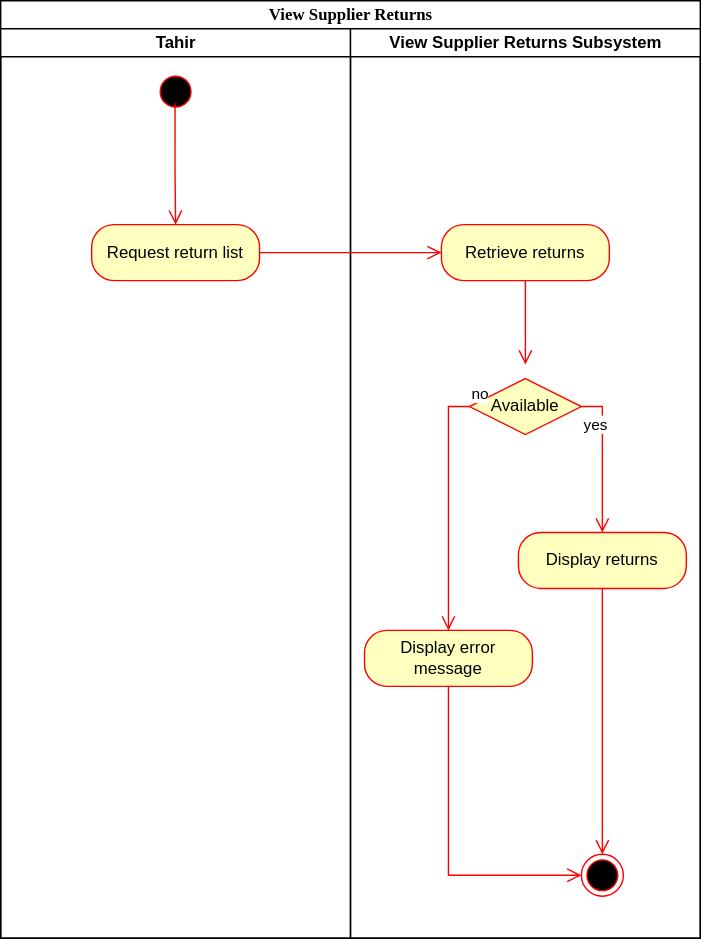
Simamkele88/IFM3_GP keeps this draw.io diagram as View Supplier Returns Activity Diagram.svg. Above is the earlier version. Source tidied: cells renumbered, new cells last; positions are measured from the earlier drawing's top-left corner, leaving out a move shared by most shapes. Its diagram source:
```xml
<mxGraphModel>
  <root>
    <mxCell id="0" />
    <mxCell id="1" parent="0" />
    <mxCell id="2" value="View Supplier Returns" style="swimlane;html=1;startSize=20;rounded=0;shadow=0;comic=0;labelBackgroundColor=none;strokeWidth=1;fontFamily=Verdana;fontSize=12;align=center;" parent="1" vertex="1">
      <mxGeometry width="500" height="670" as="geometry" />
    </mxCell>
    <mxCell id="3" value="Tahir" style="swimlane;html=1;startSize=20;" parent="2" vertex="1">
      <mxGeometry y="20" width="250" height="650" as="geometry" />
    </mxCell>
    <mxCell id="4" value="Request return list" style="rounded=1;whiteSpace=wrap;html=1;arcSize=40;fontColor=#000000;fillColor=#ffffc0;strokeColor=#ff0000;" parent="3" vertex="1">
      <mxGeometry x="65" y="140" width="120" height="40" as="geometry" />
    </mxCell>
    <mxCell id="5" style="ellipse;html=1;shape=startState;fillColor=#000000;strokeColor=#ff0000;" parent="3" vertex="1">
      <mxGeometry x="110" y="30" width="30" height="30" as="geometry" />
    </mxCell>
    <mxCell id="6" style="edgeStyle=orthogonalEdgeStyle;html=1;verticalAlign=bottom;endArrow=open;endSize=8;strokeColor=#ff0000;rounded=0;entryX=0.5;entryY=0;entryDx=0;entryDy=0;exitX=0.487;exitY=0.774;exitDx=0;exitDy=0;exitPerimeter=0;" parent="3" edge="1" source="5" target="4">
      <mxGeometry relative="1" as="geometry" />
    </mxCell>
    <mxCell id="7" value="View Supplier Returns Subsystem" style="swimlane;html=1;startSize=20;" parent="2" vertex="1">
      <mxGeometry x="250" y="20" width="250" height="650" as="geometry" />
    </mxCell>
    <mxCell id="8" value="Retrieve returns" style="rounded=1;whiteSpace=wrap;html=1;arcSize=40;fontColor=#000000;fillColor=#ffffc0;strokeColor=#ff0000;" parent="7" vertex="1">
      <mxGeometry x="65" y="140" width="120" height="40" as="geometry" />
    </mxCell>
    <mxCell id="9" style="edgeStyle=orthogonalEdgeStyle;html=1;verticalAlign=bottom;endArrow=open;endSize=8;strokeColor=#ff0000;rounded=0;" parent="7" edge="1" source="8">
      <mxGeometry relative="1" as="geometry">
        <mxPoint x="125" y="240" as="targetPoint" />
      </mxGeometry>
    </mxCell>
    <mxCell id="10" value="Available" style="rhombus;whiteSpace=wrap;html=1;fontColor=#000000;fillColor=#ffffc0;strokeColor=#ff0000;" parent="7" vertex="1">
      <mxGeometry x="85" y="250" width="80" height="40" as="geometry" />
    </mxCell>
    <mxCell id="11" value="yes" style="edgeStyle=orthogonalEdgeStyle;html=1;align=left;verticalAlign=top;endArrow=open;endSize=8;strokeColor=#ff0000;rounded=0;entryX=0.5;entryY=0;entryDx=0;entryDy=0;exitX=1;exitY=0.5;exitDx=0;exitDy=0;" parent="7" edge="1" source="10" target="12">
      <mxGeometry x="-1" relative="1" as="geometry" />
    </mxCell>
    <mxCell id="12" value="Display returns" style="rounded=1;whiteSpace=wrap;html=1;arcSize=40;fontColor=#000000;fillColor=#ffffc0;strokeColor=#ff0000;" parent="7" vertex="1">
      <mxGeometry x="120" y="360" width="120" height="40" as="geometry" />
    </mxCell>
    <mxCell id="13" style="edgeStyle=orthogonalEdgeStyle;html=1;verticalAlign=bottom;endArrow=open;endSize=8;strokeColor=#ff0000;rounded=0;entryX=0.5;entryY=0;entryDx=0;entryDy=0;" parent="7" edge="1" source="12" target="15">
      <mxGeometry relative="1" as="geometry" />
    </mxCell>
    <mxCell id="14" value="no" style="edgeStyle=orthogonalEdgeStyle;html=1;align=left;verticalAlign=bottom;endArrow=open;endSize=8;strokeColor=#ff0000;rounded=0;exitX=0;exitY=0.5;exitDx=0;exitDy=0;entryX=0.5;entryY=0;entryDx=0;entryDy=0;" parent="7" edge="1" source="10" target="16">
      <mxGeometry x="-1" relative="1" as="geometry" />
    </mxCell>
    <mxCell id="15" style="ellipse;html=1;shape=endState;fillColor=#000000;strokeColor=#ff0000;" parent="7" vertex="1">
      <mxGeometry x="165" y="590" width="30" height="30" as="geometry" />
    </mxCell>
    <mxCell id="16" value="Display error message" style="rounded=1;whiteSpace=wrap;html=1;arcSize=40;fontColor=#000000;fillColor=#ffffc0;strokeColor=#ff0000;" parent="7" vertex="1">
      <mxGeometry x="10" y="430" width="120" height="40" as="geometry" />
    </mxCell>
    <mxCell id="17" style="edgeStyle=orthogonalEdgeStyle;html=1;verticalAlign=bottom;endArrow=open;endSize=8;strokeColor=#ff0000;rounded=0;entryX=0;entryY=0.5;entryDx=0;entryDy=0;exitX=0.5;exitY=1;exitDx=0;exitDy=0;" parent="7" edge="1" source="16" target="15">
      <mxGeometry relative="1" as="geometry" />
    </mxCell>
    <mxCell id="18" style="edgeStyle=orthogonalEdgeStyle;html=1;verticalAlign=bottom;endArrow=open;endSize=8;strokeColor=#ff0000;rounded=0;exitX=1;exitY=0.5;exitDx=0;exitDy=0;entryX=0;entryY=0.5;entryDx=0;entryDy=0;" parent="2" edge="1" source="4" target="8">
      <mxGeometry relative="1" as="geometry" />
    </mxCell>
  </root>
</mxGraphModel>
```
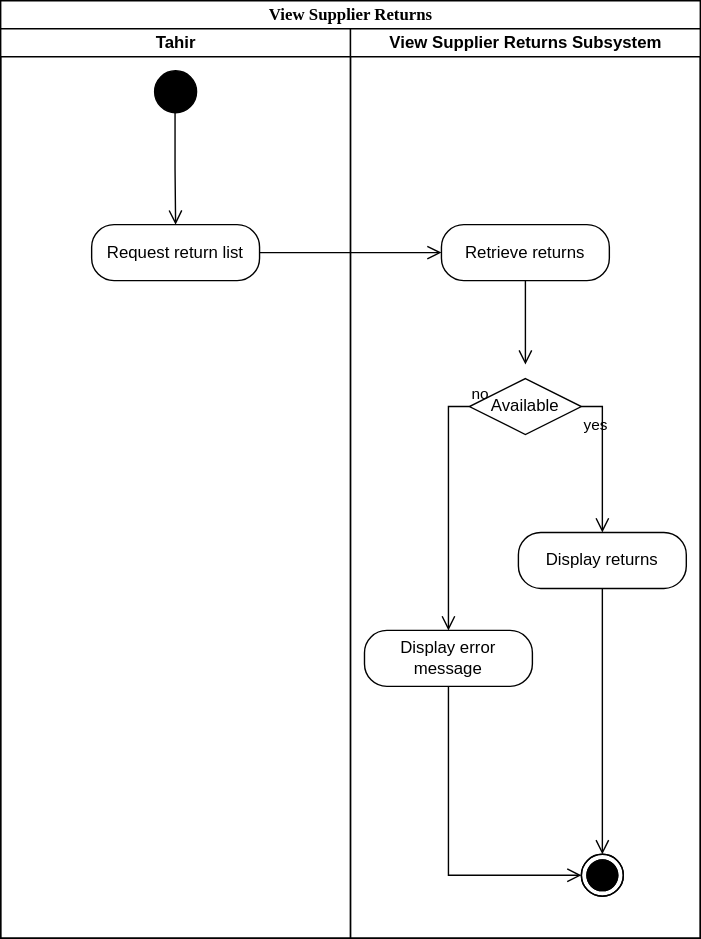
After the commit.

Change to the diagram source:
```diff
@@ -5,54 +5,57 @@
     <mxCell id="2" value="View Supplier Returns" style="swimlane;html=1;startSize=20;rounded=0;shadow=0;comic=0;labelBackgroundColor=none;strokeWidth=1;fontFamily=Verdana;fontSize=12;align=center;" parent="1" vertex="1">
       <mxGeometry width="500" height="670" as="geometry" />
     </mxCell>
-    <mxCell id="3" value="Tahir" style="swimlane;html=1;startSize=20;" parent="2" vertex="1">
+    <mxCell id="3" value="Tahir" style="swimlane;html=1;startSize=20;labelBackgroundColor=none;" parent="2" vertex="1">
       <mxGeometry y="20" width="250" height="650" as="geometry" />
     </mxCell>
-    <mxCell id="4" value="Request return list" style="rounded=1;whiteSpace=wrap;html=1;arcSize=40;fontColor=#000000;fillColor=#ffffc0;strokeColor=#ff0000;" parent="3" vertex="1">
+    <mxCell id="4" value="Request return list" style="rounded=1;whiteSpace=wrap;html=1;arcSize=40;labelBackgroundColor=none;" parent="3" vertex="1">
       <mxGeometry x="65" y="140" width="120" height="40" as="geometry" />
     </mxCell>
-    <mxCell id="5" style="ellipse;html=1;shape=startState;fillColor=#000000;strokeColor=#ff0000;" parent="3" vertex="1">
+    <mxCell id="5" style="html=1;shape=ellipse;labelBackgroundColor=none;perimeter=ellipsePerimeter;fillColor=strokeColor;" parent="3" vertex="1">
       <mxGeometry x="110" y="30" width="30" height="30" as="geometry" />
     </mxCell>
-    <mxCell id="6" style="edgeStyle=orthogonalEdgeStyle;html=1;verticalAlign=bottom;endArrow=open;endSize=8;strokeColor=#ff0000;rounded=0;entryX=0.5;entryY=0;entryDx=0;entryDy=0;exitX=0.487;exitY=0.774;exitDx=0;exitDy=0;exitPerimeter=0;" parent="3" edge="1" source="5" target="4">
+    <mxCell id="6" style="edgeStyle=orthogonalEdgeStyle;html=1;verticalAlign=bottom;endArrow=open;endSize=8;rounded=0;entryX=0.5;entryY=0;entryDx=0;entryDy=0;exitX=0.487;exitY=0.774;exitDx=0;exitDy=0;exitPerimeter=0;labelBackgroundColor=none;fontColor=default;" parent="3" edge="1" source="5" target="4">
       <mxGeometry relative="1" as="geometry" />
     </mxCell>
-    <mxCell id="7" value="View Supplier Returns Subsystem" style="swimlane;html=1;startSize=20;" parent="2" vertex="1">
+    <mxCell id="7" value="View Supplier Returns Subsystem" style="swimlane;html=1;startSize=20;labelBackgroundColor=none;" parent="2" vertex="1">
       <mxGeometry x="250" y="20" width="250" height="650" as="geometry" />
     </mxCell>
-    <mxCell id="8" value="Retrieve returns" style="rounded=1;whiteSpace=wrap;html=1;arcSize=40;fontColor=#000000;fillColor=#ffffc0;strokeColor=#ff0000;" parent="7" vertex="1">
+    <mxCell id="8" value="Retrieve returns" style="rounded=1;whiteSpace=wrap;html=1;arcSize=40;labelBackgroundColor=none;" parent="7" vertex="1">
       <mxGeometry x="65" y="140" width="120" height="40" as="geometry" />
     </mxCell>
-    <mxCell id="9" style="edgeStyle=orthogonalEdgeStyle;html=1;verticalAlign=bottom;endArrow=open;endSize=8;strokeColor=#ff0000;rounded=0;" parent="7" edge="1" source="8">
+    <mxCell id="9" style="edgeStyle=orthogonalEdgeStyle;html=1;verticalAlign=bottom;endArrow=open;endSize=8;rounded=0;labelBackgroundColor=none;fontColor=default;" parent="7" edge="1" source="8">
       <mxGeometry relative="1" as="geometry">
         <mxPoint x="125" y="240" as="targetPoint" />
       </mxGeometry>
     </mxCell>
-    <mxCell id="10" value="Available" style="rhombus;whiteSpace=wrap;html=1;fontColor=#000000;fillColor=#ffffc0;strokeColor=#ff0000;" parent="7" vertex="1">
+    <mxCell id="10" value="Available" style="rhombus;whiteSpace=wrap;html=1;labelBackgroundColor=none;" parent="7" vertex="1">
       <mxGeometry x="85" y="250" width="80" height="40" as="geometry" />
     </mxCell>
-    <mxCell id="11" value="yes" style="edgeStyle=orthogonalEdgeStyle;html=1;align=left;verticalAlign=top;endArrow=open;endSize=8;strokeColor=#ff0000;rounded=0;entryX=0.5;entryY=0;entryDx=0;entryDy=0;exitX=1;exitY=0.5;exitDx=0;exitDy=0;" parent="7" edge="1" source="10" target="12">
+    <mxCell id="11" value="yes" style="edgeStyle=orthogonalEdgeStyle;html=1;align=left;verticalAlign=top;endArrow=open;endSize=8;rounded=0;entryX=0.5;entryY=0;entryDx=0;entryDy=0;exitX=1;exitY=0.5;exitDx=0;exitDy=0;labelBackgroundColor=none;fontColor=default;" parent="7" edge="1" source="10" target="12">
       <mxGeometry x="-1" relative="1" as="geometry" />
     </mxCell>
-    <mxCell id="12" value="Display returns" style="rounded=1;whiteSpace=wrap;html=1;arcSize=40;fontColor=#000000;fillColor=#ffffc0;strokeColor=#ff0000;" parent="7" vertex="1">
+    <mxCell id="12" value="Display returns" style="rounded=1;whiteSpace=wrap;html=1;arcSize=40;labelBackgroundColor=none;" parent="7" vertex="1">
       <mxGeometry x="120" y="360" width="120" height="40" as="geometry" />
     </mxCell>
-    <mxCell id="13" style="edgeStyle=orthogonalEdgeStyle;html=1;verticalAlign=bottom;endArrow=open;endSize=8;strokeColor=#ff0000;rounded=0;entryX=0.5;entryY=0;entryDx=0;entryDy=0;" parent="7" edge="1" source="12" target="15">
+    <mxCell id="13" style="edgeStyle=orthogonalEdgeStyle;html=1;verticalAlign=bottom;endArrow=open;endSize=8;rounded=0;entryX=0.5;entryY=0;entryDx=0;entryDy=0;labelBackgroundColor=none;fontColor=default;" parent="7" edge="1" source="12" target="15">
       <mxGeometry relative="1" as="geometry" />
     </mxCell>
-    <mxCell id="14" value="no" style="edgeStyle=orthogonalEdgeStyle;html=1;align=left;verticalAlign=bottom;endArrow=open;endSize=8;strokeColor=#ff0000;rounded=0;exitX=0;exitY=0.5;exitDx=0;exitDy=0;entryX=0.5;entryY=0;entryDx=0;entryDy=0;" parent="7" edge="1" source="10" target="16">
+    <mxCell id="14" value="no" style="edgeStyle=orthogonalEdgeStyle;html=1;align=left;verticalAlign=bottom;endArrow=open;endSize=8;rounded=0;exitX=0;exitY=0.5;exitDx=0;exitDy=0;entryX=0.5;entryY=0;entryDx=0;entryDy=0;labelBackgroundColor=none;fontColor=default;" parent="7" edge="1" source="10" target="16">
       <mxGeometry x="-1" relative="1" as="geometry" />
     </mxCell>
-    <mxCell id="15" style="ellipse;html=1;shape=endState;fillColor=#000000;strokeColor=#ff0000;" parent="7" vertex="1">
+    <mxCell id="15" style="ellipse;html=1;shape=endState;labelBackgroundColor=none;" parent="7" vertex="1">
       <mxGeometry x="165" y="590" width="30" height="30" as="geometry" />
     </mxCell>
-    <mxCell id="16" value="Display error message" style="rounded=1;whiteSpace=wrap;html=1;arcSize=40;fontColor=#000000;fillColor=#ffffc0;strokeColor=#ff0000;" parent="7" vertex="1">
+    <mxCell id="16" value="Display error message" style="rounded=1;whiteSpace=wrap;html=1;arcSize=40;labelBackgroundColor=none;" parent="7" vertex="1">
       <mxGeometry x="10" y="430" width="120" height="40" as="geometry" />
     </mxCell>
-    <mxCell id="17" style="edgeStyle=orthogonalEdgeStyle;html=1;verticalAlign=bottom;endArrow=open;endSize=8;strokeColor=#ff0000;rounded=0;entryX=0;entryY=0.5;entryDx=0;entryDy=0;exitX=0.5;exitY=1;exitDx=0;exitDy=0;" parent="7" edge="1" source="16" target="15">
+    <mxCell id="17" style="edgeStyle=orthogonalEdgeStyle;html=1;verticalAlign=bottom;endArrow=open;endSize=8;rounded=0;entryX=0;entryY=0.5;entryDx=0;entryDy=0;exitX=0.5;exitY=1;exitDx=0;exitDy=0;labelBackgroundColor=none;fontColor=default;" parent="7" edge="1" source="16" target="15">
       <mxGeometry relative="1" as="geometry" />
     </mxCell>
+    <mxCell id="19" style="ellipse;html=1;shape=endState;fillColor=strokeColor;" parent="7" vertex="1">
+      <mxGeometry x="165" y="590" width="30" height="30" as="geometry" />
+    </mxCell>
-    <mxCell id="18" style="edgeStyle=orthogonalEdgeStyle;html=1;verticalAlign=bottom;endArrow=open;endSize=8;strokeColor=#ff0000;rounded=0;exitX=1;exitY=0.5;exitDx=0;exitDy=0;entryX=0;entryY=0.5;entryDx=0;entryDy=0;" parent="2" edge="1" source="4" target="8">
+    <mxCell id="18" style="edgeStyle=orthogonalEdgeStyle;html=1;verticalAlign=bottom;endArrow=open;endSize=8;rounded=0;exitX=1;exitY=0.5;exitDx=0;exitDy=0;entryX=0;entryY=0.5;entryDx=0;entryDy=0;labelBackgroundColor=none;fontColor=default;" parent="2" edge="1" source="4" target="8">
       <mxGeometry relative="1" as="geometry" />
     </mxCell>
   </root>
```
